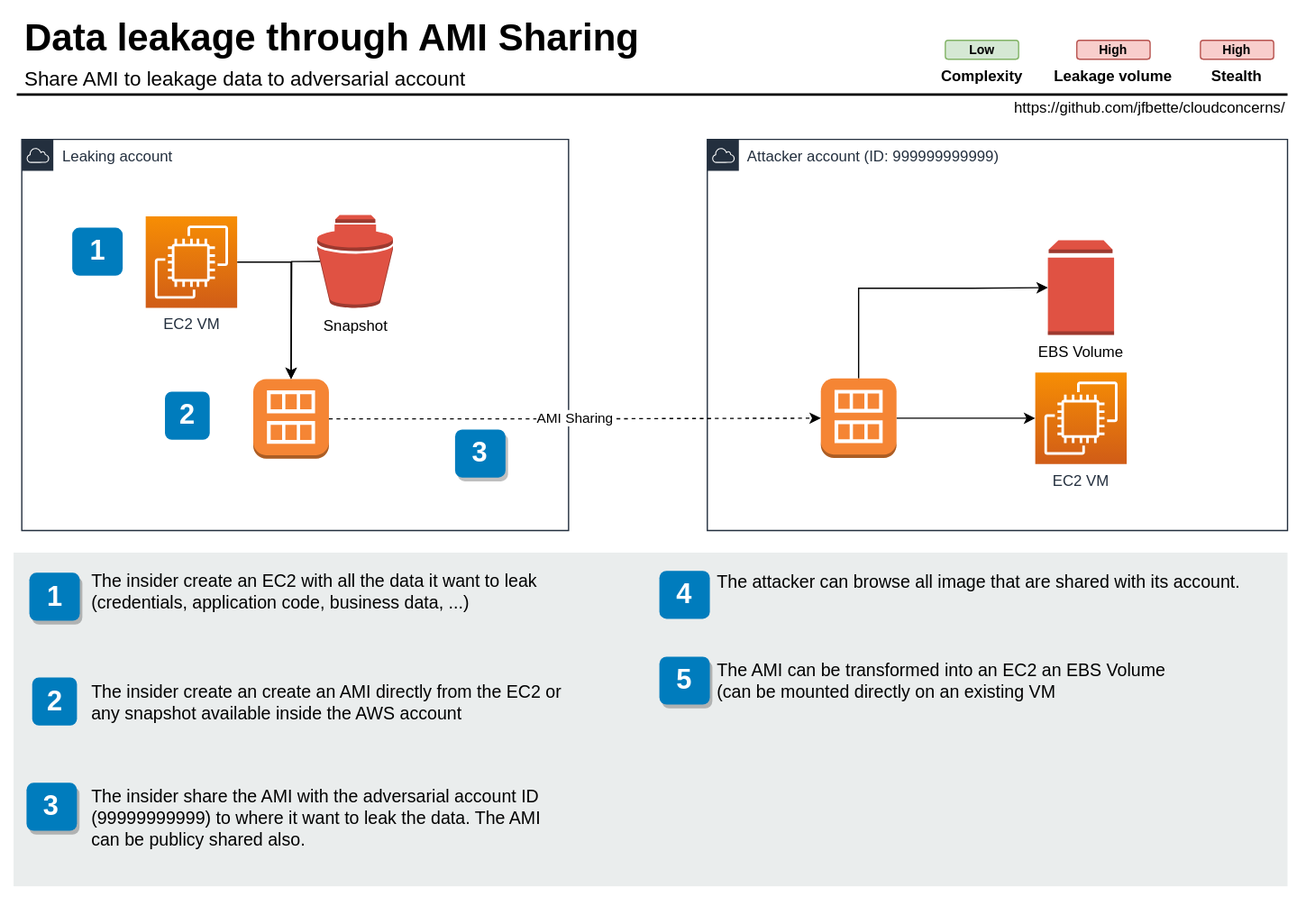
jfbette/cloudconcerns keeps this draw.io diagram as scenarios/dataleakage/ami/cloudconcerns-leakage-ami.svg. Above is the earlier version. Source tidied: cells renumbered, new cells last; positions are measured from the earlier drawing's top-left corner, leaving out a move shared by most shapes. Source of this version:
```xml
<mxGraphModel>
  <root>
    <mxCell id="0" />
    <mxCell id="1" parent="0" />
    <mxCell id="2" style="rounded=0;whiteSpace=wrap;html=1;strokeColor=#ffffff;" parent="1" vertex="1">
      <mxGeometry width="1040" height="710" as="geometry" />
    </mxCell>
    <mxCell id="3" value="Data leakage through AMI Sharing" style="text;html=1;align=left;verticalAlign=top;spacingTop=-4;fontSize=30;fontStyle=1;" parent="1" vertex="1">
      <mxGeometry x="16.5" y="8.5" width="510" height="40" as="geometry" />
    </mxCell>
    <mxCell id="4" value="Share AMI to leakage data to adversarial account" style="text;html=1;align=left;verticalAlign=top;spacingTop=-4;fontSize=16;" parent="1" vertex="1">
      <mxGeometry x="16.5" y="49.5" width="370" height="30" as="geometry" />
    </mxCell>
    <mxCell id="5" style="line;strokeWidth=2;html=1;fontSize=14;" parent="1" vertex="1">
      <mxGeometry x="12.5" y="69.5" width="1007.5" height="10" as="geometry" />
    </mxCell>
    <mxCell id="6" value="Leaking account" style="gradientColor=none;html=1;whiteSpace=wrap;fontSize=12;fontStyle=0;shape=mxgraph.aws4.group;grIcon=mxgraph.aws4.group_aws_cloud;strokeColor=#232F3E;fillColor=none;verticalAlign=top;align=left;spacingLeft=30;fontColor=#232F3E;dashed=0;" parent="1" vertex="1">
      <mxGeometry x="16.5" y="110" width="433.5" height="310" as="geometry" />
    </mxCell>
    <mxCell id="7" value="1" style="rounded=1;whiteSpace=wrap;html=1;fillColor=#007CBD;strokeColor=none;fontColor=#FFFFFF;fontStyle=1;fontSize=22;labelBackgroundColor=none;" parent="6" vertex="1">
      <mxGeometry x="40" y="70" width="40" height="38" as="geometry" />
    </mxCell>
    <mxCell id="8" style="outlineConnect=0;dashed=0;verticalLabelPosition=bottom;verticalAlign=top;align=center;html=1;shape=mxgraph.aws3.ami;fillColor=#F58534;gradientColor=none;" parent="6" vertex="1">
      <mxGeometry x="183.5" y="190" width="60" height="63" as="geometry" />
    </mxCell>
    <mxCell id="9" style="edgeStyle=orthogonalEdgeStyle;rounded=0;jettySize=auto;html=1;exitX=1;exitY=0.5;exitDx=0;exitDy=0;exitPerimeter=0;entryX=0.5;entryY=0;entryDx=0;entryDy=0;entryPerimeter=0;" parent="6" edge="1" source="10" target="8">
      <mxGeometry relative="1" as="geometry" />
    </mxCell>
    <mxCell id="10" value="EC2 VM" style="sketch=0;points=[[0,0,0],[0.25,0,0],[0.5,0,0],[0.75,0,0],[1,0,0],[0,1,0],[0.25,1,0],[0.5,1,0],[0.75,1,0],[1,1,0],[0,0.25,0],[0,0.5,0],[0,0.75,0],[1,0.25,0],[1,0.5,0],[1,0.75,0]];outlineConnect=0;fontColor=#232F3E;gradientColor=#F78E04;gradientDirection=north;fillColor=#D05C17;strokeColor=#ffffff;dashed=0;verticalLabelPosition=bottom;verticalAlign=top;align=center;html=1;fontSize=12;fontStyle=0;shape=mxgraph.aws4.resourceIcon;resIcon=mxgraph.aws4.ec2;" parent="6" vertex="1">
      <mxGeometry x="98.2" y="61" width="72.5" height="72.5" as="geometry" />
    </mxCell>
    <mxCell id="11" value="3" style="rounded=1;whiteSpace=wrap;html=1;fillColor=#007CBD;strokeColor=none;fontColor=#FFFFFF;fontStyle=1;fontSize=22;labelBackgroundColor=none;shadow=1;" parent="6" vertex="1">
      <mxGeometry x="343.5" y="230" width="40" height="38" as="geometry" />
    </mxCell>
    <mxCell id="12" value="Attacker account (ID: 999999999999)" style="gradientColor=none;html=1;whiteSpace=wrap;fontSize=12;fontStyle=0;shape=mxgraph.aws4.group;grIcon=mxgraph.aws4.group_aws_cloud;strokeColor=#232F3E;fillColor=none;verticalAlign=top;align=left;spacingLeft=30;fontColor=#232F3E;dashed=0;" parent="1" vertex="1">
      <mxGeometry x="560" y="110" width="460" height="310" as="geometry" />
    </mxCell>
    <mxCell id="13" value="EBS Volume" style="outlineConnect=0;dashed=0;verticalLabelPosition=bottom;verticalAlign=top;align=center;html=1;shape=mxgraph.aws3.volume;fillColor=#E05243;gradientColor=none;" parent="12" vertex="1">
      <mxGeometry x="270" y="80" width="52.5" height="75" as="geometry" />
    </mxCell>
    <mxCell id="14" style="rounded=0;whiteSpace=wrap;html=1;fillColor=#EAEDED;fontSize=22;fontColor=#FFFFFF;strokeColor=none;labelBackgroundColor=none;" parent="1" vertex="1">
      <mxGeometry x="10" y="437.5" width="1010" height="264.5" as="geometry" />
    </mxCell>
    <mxCell id="15" value="1" style="rounded=1;whiteSpace=wrap;html=1;fillColor=#007CBD;strokeColor=none;fontColor=#FFFFFF;fontStyle=1;fontSize=22;labelBackgroundColor=none;shadow=1;" parent="1" vertex="1">
      <mxGeometry x="22.5" y="453.5" width="40" height="38" as="geometry" />
    </mxCell>
    <mxCell id="16" value="4" style="rounded=1;whiteSpace=wrap;html=1;fillColor=#007CBD;strokeColor=none;fontColor=#FFFFFF;fontStyle=1;fontSize=22;labelBackgroundColor=none;" parent="1" vertex="1">
      <mxGeometry x="522" y="452" width="40" height="38" as="geometry" />
    </mxCell>
    <mxCell id="17" value="5" style="rounded=1;whiteSpace=wrap;html=1;fillColor=#007CBD;strokeColor=none;fontColor=#FFFFFF;fontStyle=1;fontSize=22;labelBackgroundColor=none;shadow=1;" parent="1" vertex="1">
      <mxGeometry x="522" y="520" width="40" height="38" as="geometry" />
    </mxCell>
    <mxCell id="18" value="The insider create an EC2 with all the data it want to leak (credentials, application code, business data, ...) " style="text;html=1;align=left;verticalAlign=top;spacingTop=-4;fontSize=14;labelBackgroundColor=none;whiteSpace=wrap;" parent="1" vertex="1">
      <mxGeometry x="70.5" y="449" width="420.5" height="41" as="geometry" />
    </mxCell>
    <mxCell id="19" value="The attacker can browse all image that are shared with its account." style="text;html=1;align=left;verticalAlign=top;spacingTop=-4;fontSize=14;labelBackgroundColor=none;whiteSpace=wrap;" parent="1" vertex="1">
      <mxGeometry x="565.5" y="449.5" width="464.5" height="154.5" as="geometry" />
    </mxCell>
    <mxCell id="20" value="The AMI can be transformed into an EC2 an EBS Volume (can be mounted directly on an existing VM " style="text;html=1;align=left;verticalAlign=top;spacingTop=-4;fontSize=14;labelBackgroundColor=none;whiteSpace=wrap;" parent="1" vertex="1">
      <mxGeometry x="565.5" y="520" width="381.5" height="50" as="geometry" />
    </mxCell>
    <mxCell id="21" value="https://github.com/jfbette/cloudconcerns/" style="text;html=1;strokeColor=none;fillColor=none;align=center;verticalAlign=middle;whiteSpace=wrap;rounded=0;" parent="1" vertex="1">
      <mxGeometry x="786" y="69.5" width="250" height="30" as="geometry" />
    </mxCell>
    <mxCell id="22" value="2" style="rounded=1;whiteSpace=wrap;html=1;fillColor=#007CBD;strokeColor=none;fontColor=#FFFFFF;fontStyle=1;fontSize=22;labelBackgroundColor=none;" parent="1" vertex="1">
      <mxGeometry x="24.8" y="536.5" width="35.5" height="38" as="geometry" />
    </mxCell>
    <mxCell id="23" value="The insider create an create an AMI directly from the EC2 or any snapshot available inside the AWS account" style="text;html=1;align=left;verticalAlign=top;spacingTop=-4;fontSize=14;labelBackgroundColor=none;whiteSpace=wrap;" parent="1" vertex="1">
      <mxGeometry x="70.5" y="536.5" width="379.5" height="41" as="geometry" />
    </mxCell>
    <mxCell id="24" value="3" style="rounded=1;whiteSpace=wrap;html=1;fillColor=#007CBD;strokeColor=none;fontColor=#FFFFFF;fontStyle=1;fontSize=22;labelBackgroundColor=none;shadow=1;" parent="1" vertex="1">
      <mxGeometry x="20.2" y="620" width="40" height="38" as="geometry" />
    </mxCell>
    <mxCell id="25" value="The insider share the AMI with the&lt;span&gt;&lt;/span&gt; &lt;span&gt;adversarial&lt;/span&gt; account ID (99999999999) to where it want to leak the data. The AMI can be publicy shared also.&lt;span&gt;&lt;/span&gt;" style="text;html=1;align=left;verticalAlign=top;spacingTop=-4;fontSize=14;labelBackgroundColor=none;whiteSpace=wrap;" parent="1" vertex="1">
      <mxGeometry x="70.5" y="620" width="379.5" height="41" as="geometry" />
    </mxCell>
    <mxCell id="26" value="2" style="rounded=1;whiteSpace=wrap;html=1;fillColor=#007CBD;strokeColor=none;fontColor=#FFFFFF;fontStyle=1;fontSize=22;labelBackgroundColor=none;" parent="1" vertex="1">
      <mxGeometry x="130" y="310" width="35.5" height="38" as="geometry" />
    </mxCell>
    <mxCell id="27" style="edgeStyle=orthogonalEdgeStyle;rounded=0;jettySize=auto;html=1;exitX=0.04;exitY=0.5;exitDx=0;exitDy=0;exitPerimeter=0;" parent="1" edge="1" source="28">
      <mxGeometry relative="1" as="geometry">
        <mxPoint x="230" y="300" as="targetPoint" />
      </mxGeometry>
    </mxCell>
    <mxCell id="28" value="Snapshot" style="outlineConnect=0;dashed=0;verticalLabelPosition=bottom;verticalAlign=top;align=center;html=1;shape=mxgraph.aws3.snapshot;fillColor=#E05243;gradientColor=none;" parent="1" vertex="1">
      <mxGeometry x="250.8" y="170" width="60" height="73.5" as="geometry" />
    </mxCell>
    <mxCell id="29" style="edgeStyle=orthogonalEdgeStyle;rounded=0;jettySize=auto;html=1;entryX=0;entryY=0.5;entryDx=0;entryDy=0;entryPerimeter=0;" parent="1" edge="1" source="31" target="33">
      <mxGeometry relative="1" as="geometry" />
    </mxCell>
    <mxCell id="30" style="edgeStyle=orthogonalEdgeStyle;rounded=0;jettySize=auto;html=1;entryX=0;entryY=0.5;entryDx=0;entryDy=0;entryPerimeter=0;" parent="1" edge="1" source="31" target="13">
      <mxGeometry relative="1" as="geometry">
        <Array as="points">
          <mxPoint x="680" y="228" />
          <mxPoint x="770" y="228" />
        </Array>
      </mxGeometry>
    </mxCell>
    <mxCell id="31" style="outlineConnect=0;dashed=0;verticalLabelPosition=bottom;verticalAlign=top;align=center;html=1;shape=mxgraph.aws3.ami;fillColor=#F58534;gradientColor=none;" parent="1" vertex="1">
      <mxGeometry x="650" y="299.5" width="60" height="63" as="geometry" />
    </mxCell>
    <mxCell id="32" value="&lt;div&gt;AMI Sharing&lt;/div&gt;&lt;div&gt;&lt;/div&gt;" style="edgeStyle=orthogonalEdgeStyle;rounded=0;jettySize=auto;html=1;dashed=1;" parent="1" edge="1" source="8" target="31">
      <mxGeometry relative="1" as="geometry" />
    </mxCell>
    <mxCell id="33" value="EC2 VM" style="sketch=0;points=[[0,0,0],[0.25,0,0],[0.5,0,0],[0.75,0,0],[1,0,0],[0,1,0],[0.25,1,0],[0.5,1,0],[0.75,1,0],[1,1,0],[0,0.25,0],[0,0.5,0],[0,0.75,0],[1,0.25,0],[1,0.5,0],[1,0.75,0]];outlineConnect=0;fontColor=#232F3E;gradientColor=#F78E04;gradientDirection=north;fillColor=#D05C17;strokeColor=#ffffff;dashed=0;verticalLabelPosition=bottom;verticalAlign=top;align=center;html=1;fontSize=12;fontStyle=0;shape=mxgraph.aws4.resourceIcon;resIcon=mxgraph.aws4.ec2;" parent="1" vertex="1">
      <mxGeometry x="820" y="294.8" width="72.5" height="72.5" as="geometry" />
    </mxCell>
    <mxCell id="34" style="group;" parent="1" vertex="1">
      <mxGeometry x="737.5" y="31.5" width="80" height="43" as="geometry" />
    </mxCell>
    <mxCell id="35" value="Complexity" style="text;html=1;strokeColor=none;fillColor=none;align=center;verticalAlign=middle;whiteSpace=wrap;rounded=0;fontStyle=1;" parent="34" vertex="1">
      <mxGeometry y="13" width="80" height="30" as="geometry" />
    </mxCell>
    <mxCell id="36" value="&lt;b&gt;&lt;font style=&quot;font-size: 10px;&quot;&gt;Low&lt;/font&gt;&lt;/b&gt;" style="rounded=1;whiteSpace=wrap;html=1;fillColor=#d5e8d4;strokeColor=#82b366;" parent="34" vertex="1">
      <mxGeometry x="11.2" width="58.1" height="15" as="geometry" />
    </mxCell>
    <mxCell id="37" style="group;" parent="1" vertex="1">
      <mxGeometry x="832" y="31.5" width="100" height="43" as="geometry" />
    </mxCell>
    <mxCell id="38" value="Leakage volume" style="text;html=1;strokeColor=none;fillColor=none;align=center;verticalAlign=middle;whiteSpace=wrap;rounded=0;fontStyle=1;" parent="37" vertex="1">
      <mxGeometry y="13" width="100" height="30" as="geometry" />
    </mxCell>
    <mxCell id="39" value="&lt;b&gt;&lt;font style=&quot;font-size: 10px;&quot;&gt;High&lt;/font&gt;&lt;/b&gt;" style="rounded=1;whiteSpace=wrap;html=1;fillColor=#f8cecc;strokeColor=#b85450;" parent="37" vertex="1">
      <mxGeometry x="20.9" width="58.1" height="15" as="geometry" />
    </mxCell>
    <mxCell id="40" style="group;" parent="1" vertex="1">
      <mxGeometry x="930" y="31.5" width="100" height="43" as="geometry" />
    </mxCell>
    <mxCell id="41" value="Stealth" style="text;html=1;strokeColor=none;fillColor=none;align=center;verticalAlign=middle;whiteSpace=wrap;rounded=0;fontStyle=1;" parent="40" vertex="1">
      <mxGeometry y="13" width="100" height="30" as="geometry" />
    </mxCell>
    <mxCell id="42" value="&lt;b&gt;&lt;font style=&quot;font-size: 10px;&quot;&gt;High&lt;/font&gt;&lt;/b&gt;" style="rounded=1;whiteSpace=wrap;html=1;fillColor=#f8cecc;strokeColor=#b85450;" parent="40" vertex="1">
      <mxGeometry x="20.9" width="58.1" height="15" as="geometry" />
    </mxCell>
  </root>
</mxGraphModel>
```
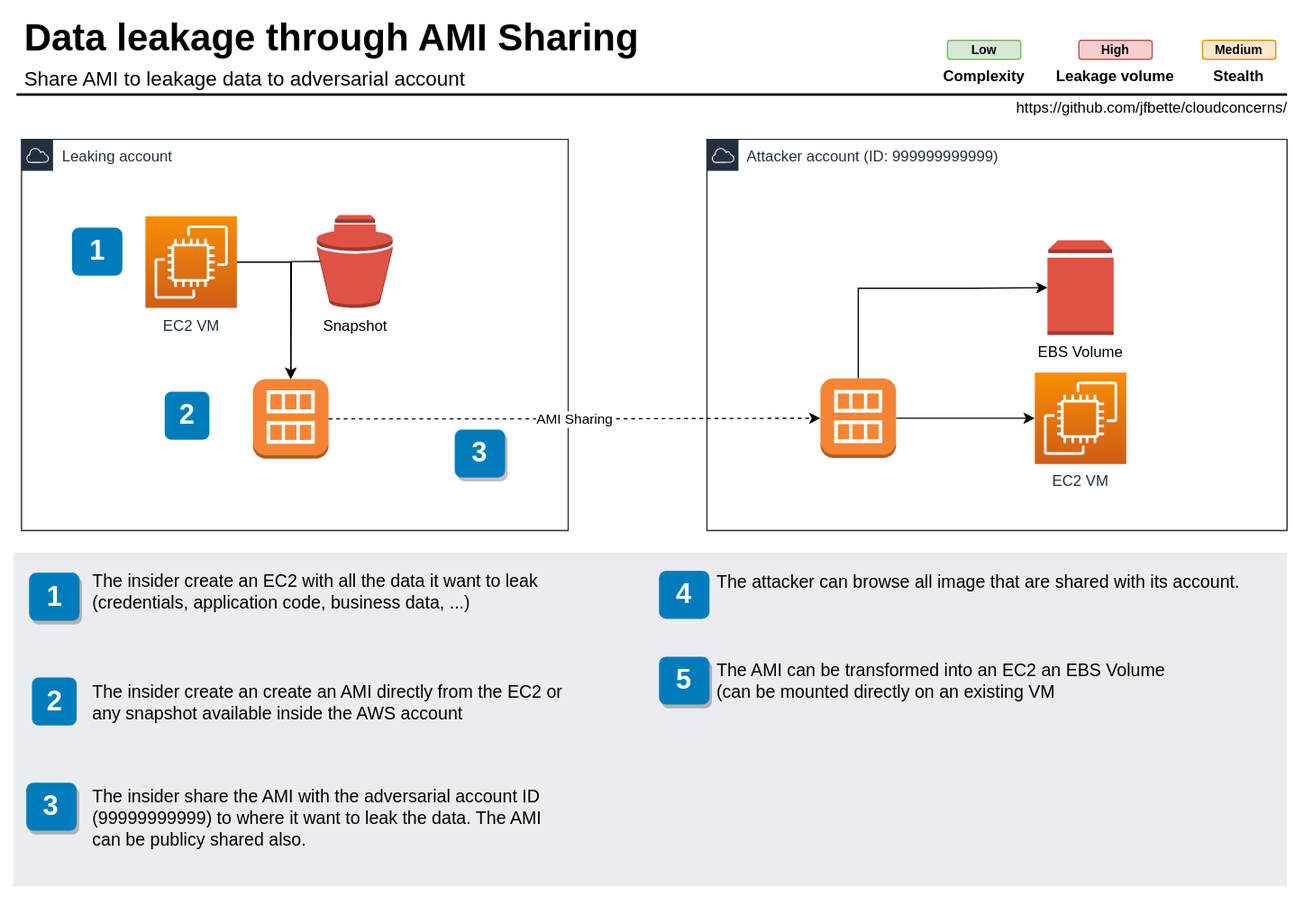
Later version of the same file.

The edit, as a diff of the source:
```diff
@@ -60,7 +60,7 @@
       <mxGeometry x="565.5" y="520" width="381.5" height="50" as="geometry" />
     </mxCell>
     <mxCell id="21" value="https://github.com/jfbette/cloudconcerns/" style="text;html=1;strokeColor=none;fillColor=none;align=center;verticalAlign=middle;whiteSpace=wrap;rounded=0;" parent="1" vertex="1">
-      <mxGeometry x="786" y="69.5" width="250" height="30" as="geometry" />
+      <mxGeometry x="788" y="69.5" width="250" height="30" as="geometry" />
     </mxCell>
     <mxCell id="22" value="2" style="rounded=1;whiteSpace=wrap;html=1;fillColor=#007CBD;strokeColor=none;fontColor=#FFFFFF;fontStyle=1;fontSize=22;labelBackgroundColor=none;" parent="1" vertex="1">
       <mxGeometry x="24.8" y="536.5" width="35.5" height="38" as="geometry" />
@@ -106,7 +106,7 @@
       <mxGeometry x="820" y="294.8" width="72.5" height="72.5" as="geometry" />
     </mxCell>
     <mxCell id="34" style="group;" parent="1" vertex="1">
-      <mxGeometry x="737.5" y="31.5" width="80" height="43" as="geometry" />
+      <mxGeometry x="739.5" y="31.5" width="80" height="43" as="geometry" />
     </mxCell>
     <mxCell id="35" value="Complexity" style="text;html=1;strokeColor=none;fillColor=none;align=center;verticalAlign=middle;whiteSpace=wrap;rounded=0;fontStyle=1;" parent="34" vertex="1">
       <mxGeometry y="13" width="80" height="30" as="geometry" />
@@ -115,7 +115,7 @@
       <mxGeometry x="11.2" width="58.1" height="15" as="geometry" />
     </mxCell>
     <mxCell id="37" style="group;" parent="1" vertex="1">
-      <mxGeometry x="832" y="31.5" width="100" height="43" as="geometry" />
+      <mxGeometry x="834" y="31.5" width="100" height="43" as="geometry" />
     </mxCell>
     <mxCell id="38" value="Leakage volume" style="text;html=1;strokeColor=none;fillColor=none;align=center;verticalAlign=middle;whiteSpace=wrap;rounded=0;fontStyle=1;" parent="37" vertex="1">
       <mxGeometry y="13" width="100" height="30" as="geometry" />
@@ -124,12 +124,12 @@
       <mxGeometry x="20.9" width="58.1" height="15" as="geometry" />
     </mxCell>
     <mxCell id="40" style="group;" parent="1" vertex="1">
-      <mxGeometry x="930" y="31.5" width="100" height="43" as="geometry" />
+      <mxGeometry x="932" y="31.5" width="100" height="43" as="geometry" />
     </mxCell>
     <mxCell id="41" value="Stealth" style="text;html=1;strokeColor=none;fillColor=none;align=center;verticalAlign=middle;whiteSpace=wrap;rounded=0;fontStyle=1;" parent="40" vertex="1">
       <mxGeometry y="13" width="100" height="30" as="geometry" />
     </mxCell>
-    <mxCell id="42" value="&lt;b&gt;&lt;font style=&quot;font-size: 10px;&quot;&gt;High&lt;/font&gt;&lt;/b&gt;" style="rounded=1;whiteSpace=wrap;html=1;fillColor=#f8cecc;strokeColor=#b85450;" parent="40" vertex="1">
+    <mxCell id="42" value="&lt;b&gt;&lt;font style=&quot;font-size: 10px;&quot;&gt;Medium&lt;/font&gt;&lt;/b&gt;" style="rounded=1;whiteSpace=wrap;html=1;fillColor=#ffe6cc;strokeColor=#d79b00;" parent="40" vertex="1">
       <mxGeometry x="20.9" width="58.1" height="15" as="geometry" />
     </mxCell>
   </root>
```
